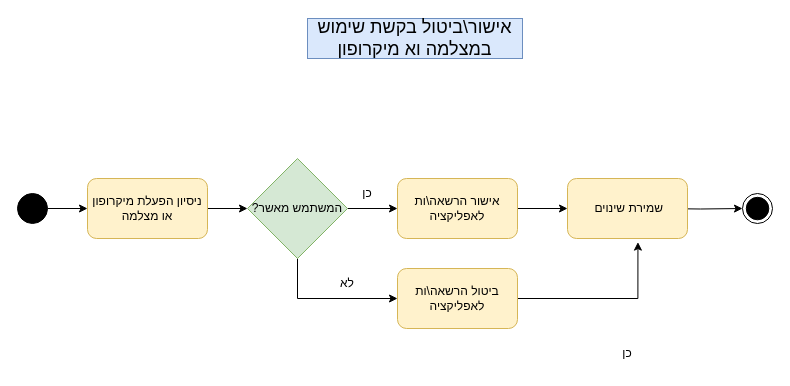
The draw.io diagram SRS/activity_diagrams/Activity_diagram_UC-12.drawio in devmf027/CyberWall, before the edit. Source tidied: cells renumbered, new cells numbered last; positions are measured from the earlier drawing's top-left corner, leaving out a move shared by most shapes. Both pictures are drawn from the tidied source at 100%, with x=0, y=0 at pixel (17, 18).
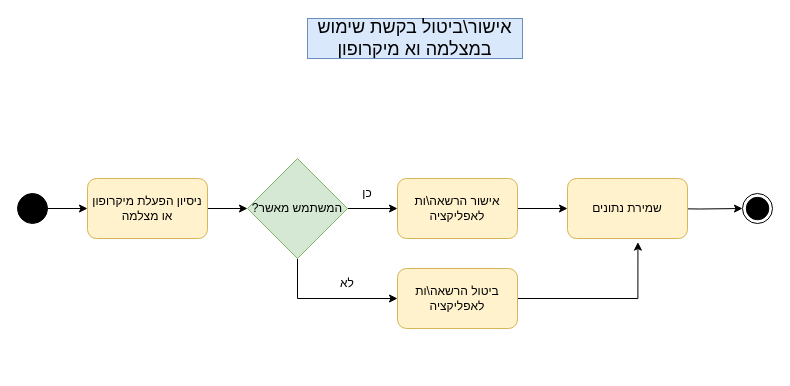
The same page after the edit.

Diff of the diagram source:
```diff
@@
-    <mxCell id="13" value="שמירת שינוים&amp;nbsp;" style="rounded=1;whiteSpace=wrap;html=1;fillColor=#fff2cc;strokeColor=#d6b656;align=center;textDirection=rtl;" parent="1" vertex="1">
+    <mxCell id="13" value="שמירת נתונים" style="rounded=1;whiteSpace=wrap;html=1;fillColor=#fff2cc;strokeColor=#d6b656;align=center;textDirection=rtl;" parent="1" vertex="1">
       <mxGeometry x="550" y="160" width="120" height="60" as="geometry" />
     </mxCell>
-    <mxCell id="14" value="כן" style="text;html=1;strokeColor=none;fillColor=none;align=center;verticalAlign=middle;whiteSpace=wrap;rounded=0;labelBackgroundColor=none;" parent="1" vertex="1">
-      <mxGeometry x="580" y="320" width="60" height="30" as="geometry" />
-    </mxCell>
```
